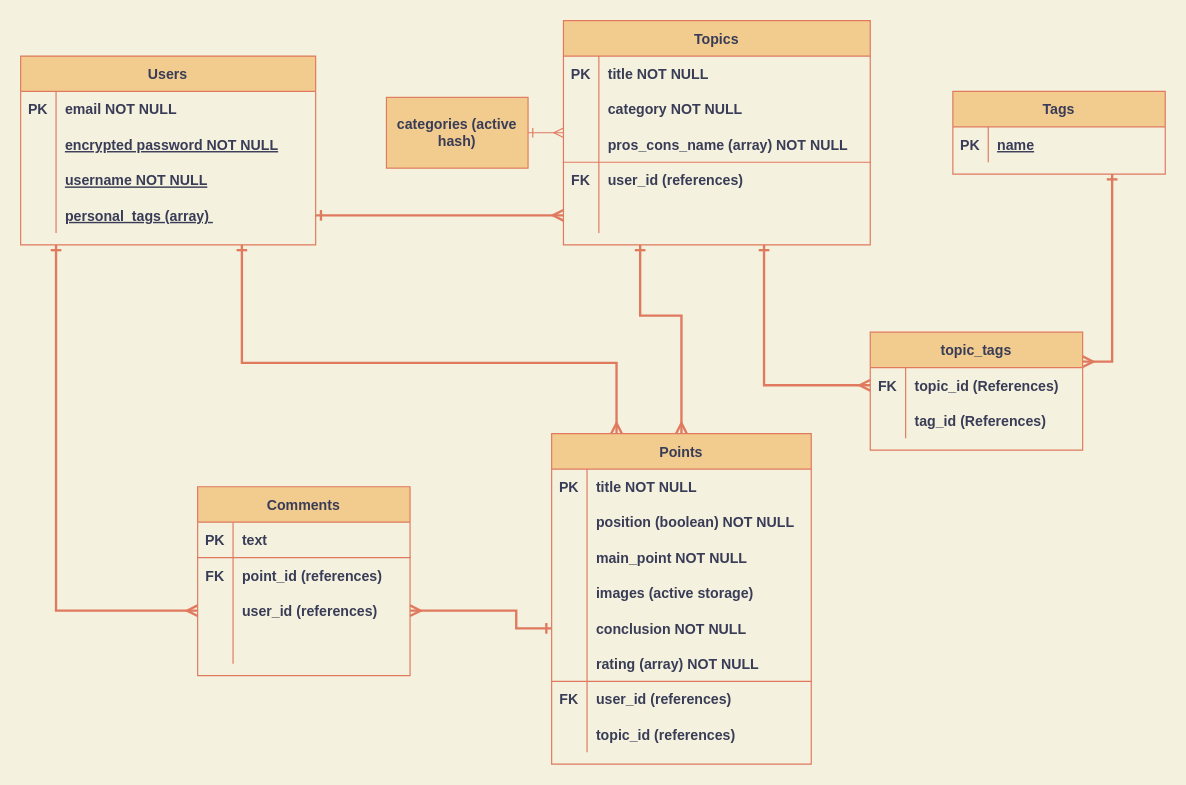
Before: ER.drawio in FM-HXR/capische, a draw.io diagram. Source tidied: cells renumbered, new cells numbered last; positions are measured from the earlier drawing's top-left corner, leaving out a move shared by most shapes. Both pictures are drawn from the tidied source at 118%, with x=0, y=0 at pixel (20, 20).
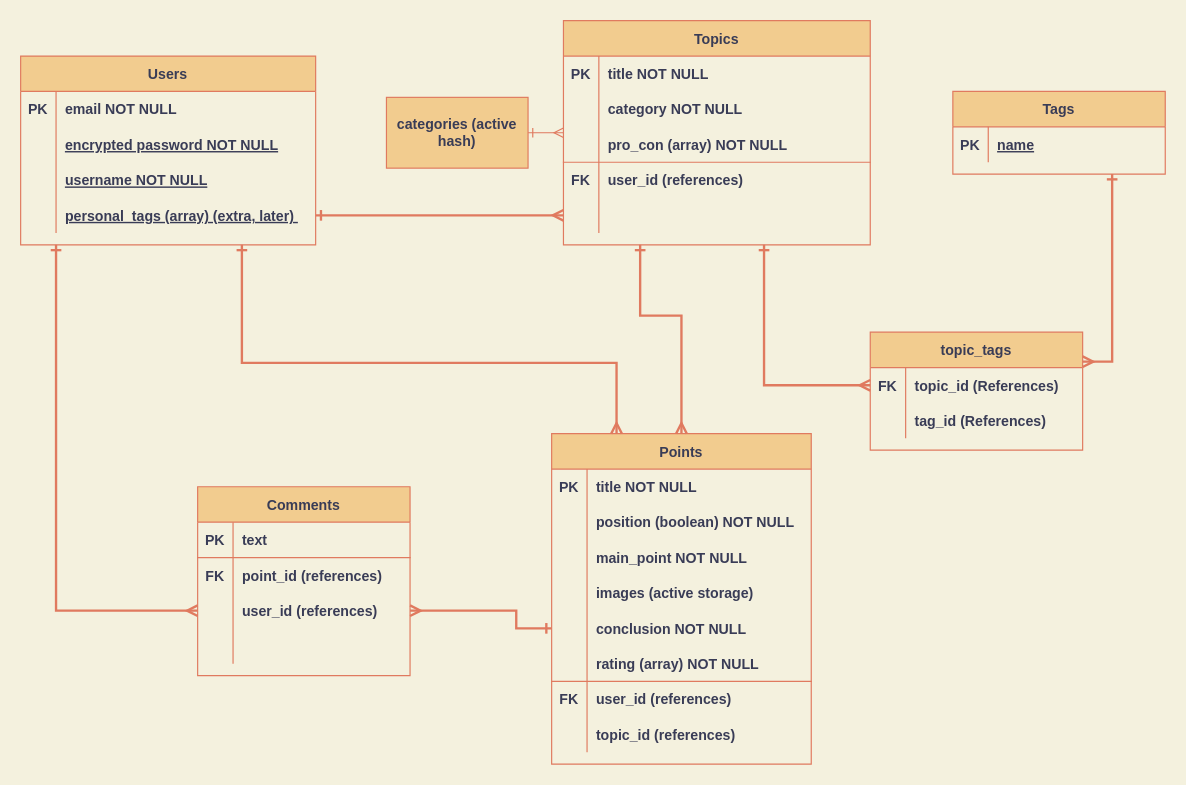
After the change.

Unchanged cells that the change refers to:
```xml
<mxCell id="50" style="shape=partialRectangle;fillColor=none;top=0;left=0;bottom=1;right=0;points=[[0,0.5],[1,0.5]];portConstraint=eastwest;fontColor=#393C56;strokeColor=none;" parent="40" vertex="1">
  <mxGeometry y="120" width="250" height="30" as="geometry" />
</mxCell>
<mxCell id="72" style="shape=partialRectangle;fillColor=none;top=0;left=0;bottom=1;right=0;strokeColor=#E07A5F;fontColor=#393C56;" parent="65" vertex="1">
  <mxGeometry y="90" width="260" height="30" as="geometry" />
</mxCell>
```

Diff of the diagram source:
```diff
@@
-    <mxCell id="52" value="personal_tags (array) " style="shape=partialRectangle;fillColor=none;top=0;left=0;bottom=0;right=0;align=left;spacingLeft=6;fontStyle=5;overflow=hidden;strokeColor=#E07A5F;fontColor=#393C56;" parent="50" vertex="1">
+    <mxCell id="52" value="personal_tags (array) (extra, later) " style="shape=partialRectangle;fillColor=none;top=0;left=0;bottom=0;right=0;align=left;spacingLeft=6;fontStyle=5;overflow=hidden;strokeColor=#E07A5F;fontColor=#393C56;" parent="50" vertex="1">
       <mxGeometry x="30" width="220" height="30" as="geometry" />
     </mxCell>
@@
-    <mxCell id="74" value="pros_cons_name (array) NOT NULL" style="shape=partialRectangle;fillColor=none;top=0;left=0;bottom=0;right=0;align=left;spacingLeft=6;fontStyle=1;overflow=hidden;strokeColor=#E07A5F;fontColor=#393C56;" parent="72" vertex="1">
+    <mxCell id="74" value="pro_con (array) NOT NULL" style="shape=partialRectangle;fillColor=none;top=0;left=0;bottom=0;right=0;align=left;spacingLeft=6;fontStyle=1;overflow=hidden;strokeColor=#E07A5F;fontColor=#393C56;" parent="72" vertex="1">
       <mxGeometry x="30" width="230" height="30" as="geometry" />
     </mxCell>
```
